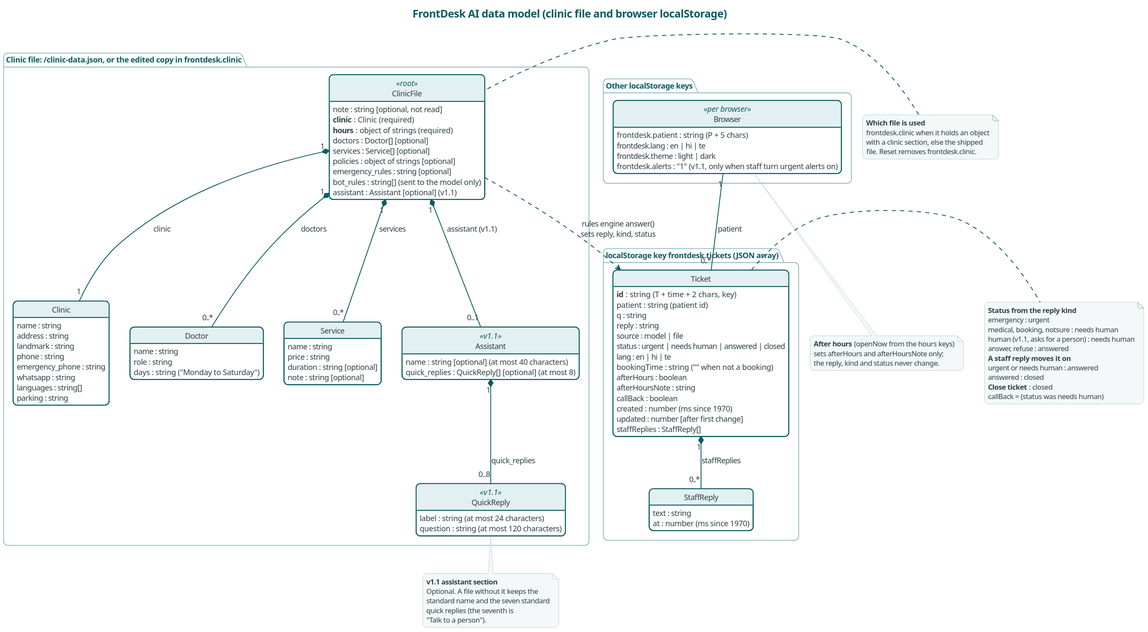
Above: docs/diagrams/data-model.svg in karwasanjay007/frontdesk-ai-docs (PlantUML), before the change.
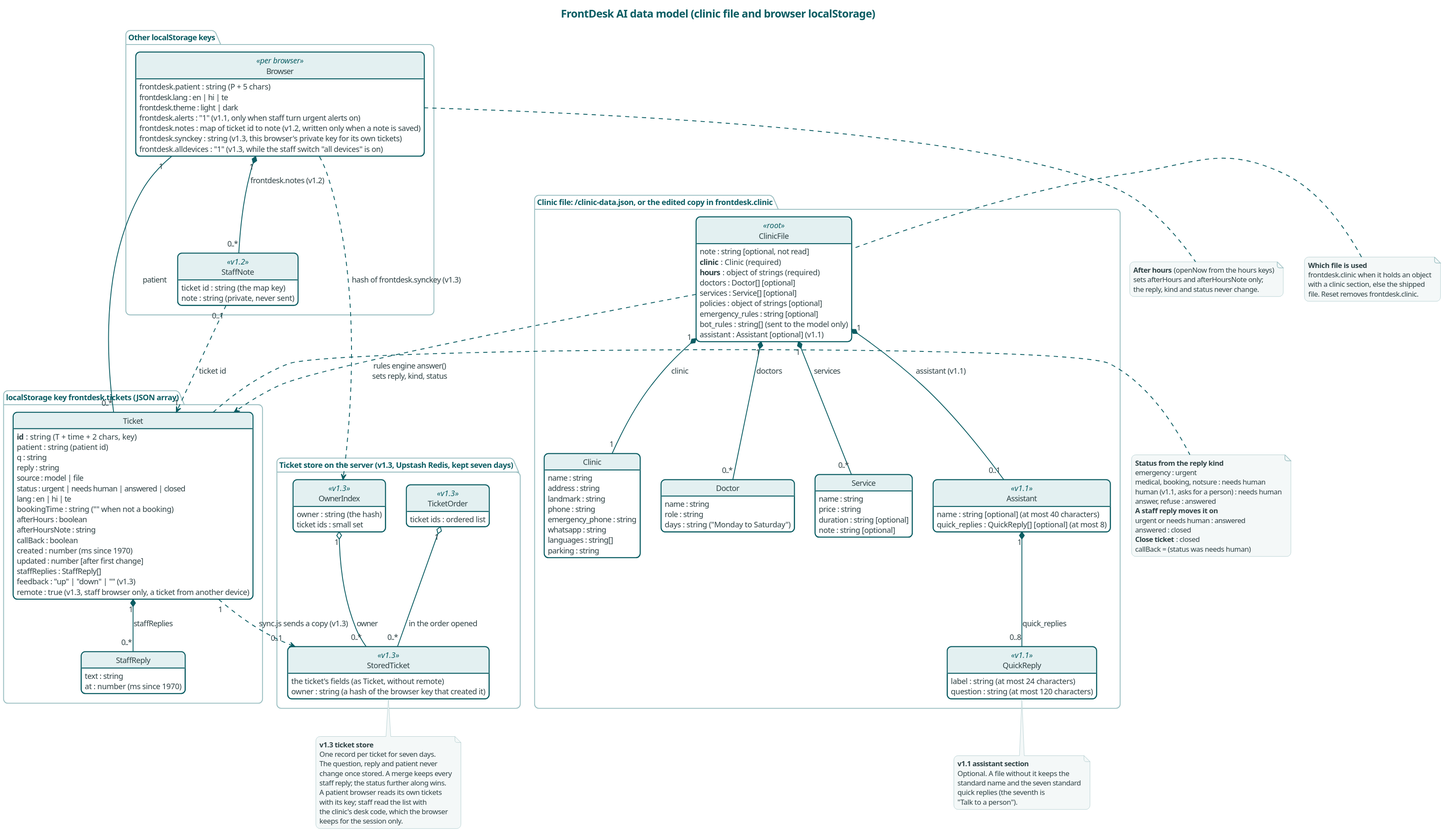
Above is the later version.

Change to the diagram source:
```diff
@@ -95,6 +95,8 @@
     {field} created : number  (ms since 1970)
     {field} updated : number [after first change]
     staffReplies : StaffReply[]
+    {field} feedback : "up" | "down" | ""  (v1.3)
+    {field} remote : true  (v1.3, staff browser only, a ticket from another device)
   }
   class StaffReply {
     text : string
@@ -108,6 +110,27 @@
     frontdesk.lang : en | hi | te
     frontdesk.theme : light | dark
     {field} frontdesk.alerts : "1"  (v1.1, only when staff turn urgent alerts on)
+    {field} frontdesk.notes : map of ticket id to note  (v1.2, written only when a note is saved)
+    {field} frontdesk.synckey : string  (v1.3, this browser's private key for its own tickets)
+    {field} frontdesk.alldevices : "1"  (v1.3, while the staff switch "all devices" is on)
+  }
+  class StaffNote <<v1.2>> {
+    {field} ticket id : string  (the map key)
+    {field} note : string  (private, never sent)
+  }
+}
+
+package "Ticket store on the server (v1.3, Upstash Redis, kept seven days)" {
+  class StoredTicket <<v1.3>> {
+    {field} the ticket's fields  (as Ticket, without remote)
+    {field} owner : string  (a hash of the browser key that created it)
+  }
+  class TicketOrder <<v1.3>> {
+    {field} ticket ids : ordered list
+  }
+  class OwnerIndex <<v1.3>> {
+    {field} owner : string  (the hash)
+    {field} ticket ids : small set
   }
 }
 
@@ -119,6 +142,24 @@
 Ticket "1" *-- "0..*" StaffReply : staffReplies
 Browser "1" -- "0..*" Ticket : patient
 ClinicFile ..> Ticket : rules engine answer()\nsets reply, kind, status
+Browser "1" *-- "0..*" StaffNote : frontdesk.notes (v1.2)
+StaffNote "0..1" ..> "1" Ticket : ticket id
+Ticket "1" ..> "0..1" StoredTicket : sync.js sends a copy (v1.3)
+TicketOrder "1" o-- "0..*" StoredTicket : in the order opened
+OwnerIndex "1" o-- "0..*" StoredTicket : owner
+Browser ..> OwnerIndex : hash of frontdesk.synckey (v1.3)
+
+note bottom of StoredTicket
+  <b>v1.3 ticket store</b>
+  One record per ticket for seven days.
+  The question, reply and patient never
+  change once stored. A merge keeps every
+  staff reply; the status further along wins.
+  A patient browser reads its own tickets
+  with its key; staff read the list with
+  the clinic's desk code, which the browser
+  keeps for the session only.
+end note
 
 note right of Ticket
   <b>Status from the reply kind</b>
```
